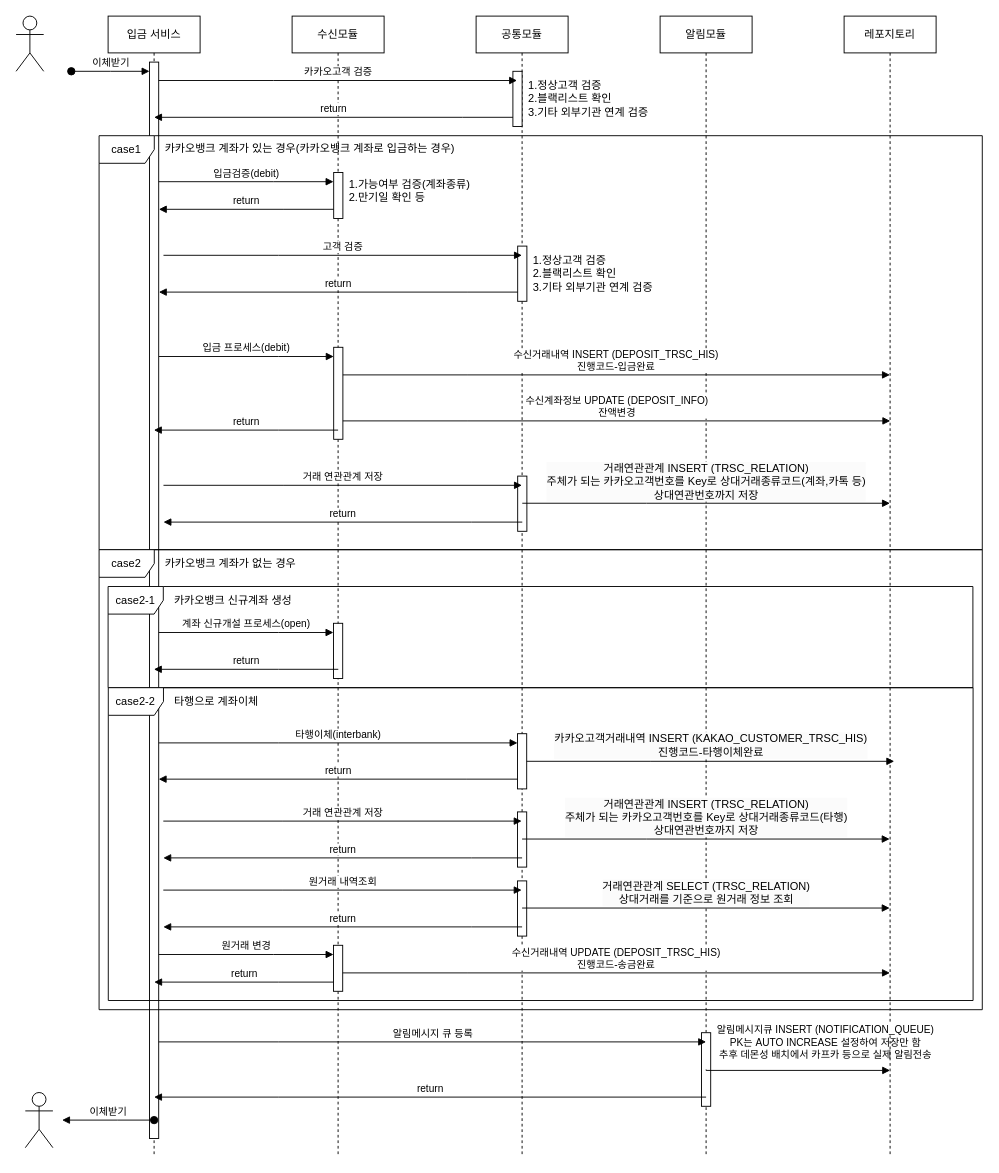
NohKeun/kakao keeps this draw.io diagram as src/main/resources/files/시퀀스다이어그램/입금서비스.drawio. Above is the earlier version. Source tidied: cells renumbered, new cells numbered last; positions are measured from the earlier drawing's top-left corner, leaving out a move shared by most shapes. Both pictures are drawn from the tidied source at 92%, with x=0, y=0 at pixel (16, 16).
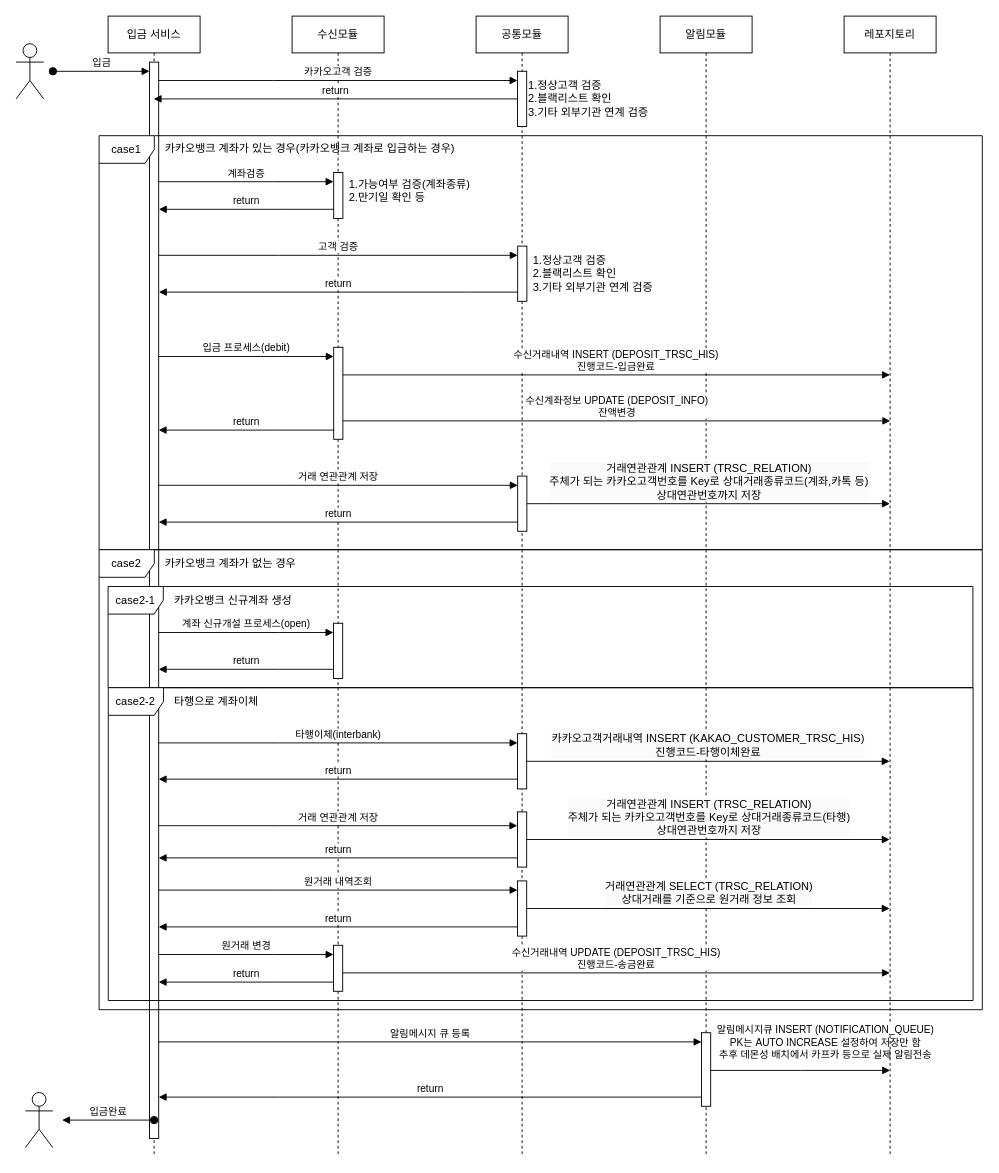
The same diagram, later.

Commit message:
입금서비스.drawio 업데이트

Unchanged cells that the change refers to:
```xml
<mxCell id="2" value="입금 서비스" style="shape=umlLifeline;perimeter=lifelinePerimeter;whiteSpace=wrap;html=1;outlineConnect=0;portConstraint=eastwest;newEdgeStyle={&quot;edgeStyle&quot;:&quot;elbowEdgeStyle&quot;,&quot;elbow&quot;:&quot;vertical&quot;,&quot;curved&quot;:0,&quot;rounded&quot;:0};" parent="1" vertex="1">
  <mxGeometry x="100" width="100" height="1240" as="geometry" />
</mxCell>
<mxCell id="3" style="html=1;points=[];perimeter=orthogonalPerimeter;outlineConnect=0;targetShapes=umlLifeline;portConstraint=eastwest;newEdgeStyle={&quot;edgeStyle&quot;:&quot;elbowEdgeStyle&quot;,&quot;elbow&quot;:&quot;vertical&quot;,&quot;curved&quot;:0,&quot;rounded&quot;:0};" parent="2" vertex="1">
  <mxGeometry x="45" y="50" width="10" height="1170" as="geometry" />
</mxCell>
<mxCell id="6" style="html=1;points=[];perimeter=orthogonalPerimeter;outlineConnect=0;targetShapes=umlLifeline;portConstraint=eastwest;newEdgeStyle={&quot;edgeStyle&quot;:&quot;elbowEdgeStyle&quot;,&quot;elbow&quot;:&quot;vertical&quot;,&quot;curved&quot;:0,&quot;rounded&quot;:0};" parent="4" vertex="1">
  <mxGeometry x="45.2" y="360" width="10" height="100" as="geometry" />
</mxCell>
<mxCell id="7" style="html=1;points=[];perimeter=orthogonalPerimeter;outlineConnect=0;targetShapes=umlLifeline;portConstraint=eastwest;newEdgeStyle={&quot;edgeStyle&quot;:&quot;elbowEdgeStyle&quot;,&quot;elbow&quot;:&quot;vertical&quot;,&quot;curved&quot;:0,&quot;rounded&quot;:0};" parent="4" vertex="1">
  <mxGeometry x="45" y="660" width="10" height="60" as="geometry" />
</mxCell>
<mxCell id="10" value="공통모듈" style="shape=umlLifeline;perimeter=lifelinePerimeter;whiteSpace=wrap;html=1;newEdgeStyle={&quot;edgeStyle&quot;:&quot;elbowEdgeStyle&quot;,&quot;elbow&quot;:&quot;vertical&quot;,&quot;curved&quot;:0,&quot;rounded&quot;:0};" parent="1" vertex="1">
  <mxGeometry x="500" width="100" height="1240" as="geometry" />
</mxCell>
<mxCell id="11" style="html=1;points=[];perimeter=orthogonalPerimeter;outlineConnect=0;targetShapes=umlLifeline;portConstraint=eastwest;newEdgeStyle={&quot;edgeStyle&quot;:&quot;elbowEdgeStyle&quot;,&quot;elbow&quot;:&quot;vertical&quot;,&quot;curved&quot;:0,&quot;rounded&quot;:0};" parent="10" vertex="1">
  <mxGeometry x="45.2" y="250" width="10" height="60" as="geometry" />
</mxCell>
<mxCell id="12" style="html=1;points=[];perimeter=orthogonalPerimeter;outlineConnect=0;targetShapes=umlLifeline;portConstraint=eastwest;newEdgeStyle={&quot;edgeStyle&quot;:&quot;elbowEdgeStyle&quot;,&quot;elbow&quot;:&quot;vertical&quot;,&quot;curved&quot;:0,&quot;rounded&quot;:0};" parent="10" vertex="1">
  <mxGeometry x="45.2" y="500" width="10" height="60" as="geometry" />
</mxCell>
<mxCell id="15" style="html=1;points=[];perimeter=orthogonalPerimeter;outlineConnect=0;targetShapes=umlLifeline;portConstraint=eastwest;newEdgeStyle={&quot;edgeStyle&quot;:&quot;elbowEdgeStyle&quot;,&quot;elbow&quot;:&quot;vertical&quot;,&quot;curved&quot;:0,&quot;rounded&quot;:0};" parent="14" vertex="1">
  <mxGeometry x="45" y="1105" width="10" height="80" as="geometry" />
</mxCell>
<mxCell id="16" value="레포지토리" style="shape=umlLifeline;perimeter=lifelinePerimeter;whiteSpace=wrap;html=1;outlineConnect=0;portConstraint=eastwest;newEdgeStyle={&quot;edgeStyle&quot;:&quot;elbowEdgeStyle&quot;,&quot;elbow&quot;:&quot;vertical&quot;,&quot;curved&quot;:0,&quot;rounded&quot;:0};" parent="1" vertex="1">
  <mxGeometry x="900" width="100" height="1240" as="geometry" />
</mxCell>
<mxCell id="50" style="html=1;points=[];perimeter=orthogonalPerimeter;outlineConnect=0;targetShapes=umlLifeline;portConstraint=eastwest;newEdgeStyle={&quot;edgeStyle&quot;:&quot;elbowEdgeStyle&quot;,&quot;elbow&quot;:&quot;vertical&quot;,&quot;curved&quot;:0,&quot;rounded&quot;:0};" parent="1" vertex="1">
  <mxGeometry x="545" y="865" width="10" height="60" as="geometry" />
</mxCell>
<mxCell id="56" style="html=1;points=[];perimeter=orthogonalPerimeter;outlineConnect=0;targetShapes=umlLifeline;portConstraint=eastwest;newEdgeStyle={&quot;edgeStyle&quot;:&quot;elbowEdgeStyle&quot;,&quot;elbow&quot;:&quot;vertical&quot;,&quot;curved&quot;:0,&quot;rounded&quot;:0};" parent="1" vertex="1">
  <mxGeometry x="545" y="940" width="10" height="60" as="geometry" />
</mxCell>
<mxCell id="60" style="html=1;points=[];perimeter=orthogonalPerimeter;outlineConnect=0;targetShapes=umlLifeline;portConstraint=eastwest;newEdgeStyle={&quot;edgeStyle&quot;:&quot;elbowEdgeStyle&quot;,&quot;elbow&quot;:&quot;vertical&quot;,&quot;curved&quot;:0,&quot;rounded&quot;:0};" parent="1" vertex="1">
  <mxGeometry x="345" y="1010" width="10" height="50" as="geometry" />
</mxCell>
```

What changed in the source:
```diff
@@
-    <mxCell id="8" value="입금검증(debit)" style="html=1;verticalAlign=bottom;endArrow=block;edgeStyle=elbowEdgeStyle;elbow=vertical;curved=0;rounded=0;" parent="1" edge="1">
+    <mxCell id="8" value="계좌검증" style="html=1;verticalAlign=bottom;endArrow=block;edgeStyle=elbowEdgeStyle;elbow=vertical;curved=0;rounded=0;" parent="1" edge="1">
       <mxGeometry relative="1" as="geometry">
         <mxPoint x="155" y="180" as="sourcePoint" />
         <mxPoint x="345" y="180" as="targetPoint" />
         <Array as="points">
           <mxPoint x="280" y="180" />
         </Array>
       </mxGeometry>
     </mxCell>
@@
+    <mxCell id="36" style="html=1;points=[];perimeter=orthogonalPerimeter;outlineConnect=0;targetShapes=umlLifeline;portConstraint=eastwest;newEdgeStyle={&quot;edgeStyle&quot;:&quot;elbowEdgeStyle&quot;,&quot;elbow&quot;:&quot;vertical&quot;,&quot;curved&quot;:0,&quot;rounded&quot;:0};" parent="10" vertex="1">
+      <mxGeometry x="45" y="60" width="10" height="60" as="geometry" />
+    </mxCell>
@@
     <mxCell id="17" style="shape=umlActor;verticalLabelPosition=bottom;verticalAlign=top;html=1;" parent="1" vertex="1">
-      <mxGeometry width="30" height="60" as="geometry" />
+      <mxGeometry y="30" width="30" height="60" as="geometry" />
     </mxCell>
@@
-    <mxCell id="19" value="고객 검증" style="html=1;verticalAlign=bottom;endArrow=block;edgeStyle=elbowEdgeStyle;elbow=vertical;curved=0;rounded=0;" parent="1" edge="1">
+    <mxCell id="19" value="고객 검증" style="html=1;verticalAlign=bottom;endArrow=block;edgeStyle=elbowEdgeStyle;elbow=vertical;curved=0;rounded=0;" parent="1" edge="1" source="3" target="11">
       <mxGeometry relative="1" as="geometry">
-        <mxPoint x="160.2" y="260" as="sourcePoint" />
-        <mxPoint x="549.8" y="260" as="targetPoint" />
         <Array as="points">
           <mxPoint x="285.2" y="260" />
         </Array>
       </mxGeometry>
     </mxCell>
@@
-    <mxCell id="23" value="return" style="html=1;verticalAlign=bottom;endArrow=block;edgeStyle=elbowEdgeStyle;elbow=vertical;curved=0;rounded=0;" parent="1" edge="1">
+    <mxCell id="23" value="return" style="html=1;verticalAlign=bottom;endArrow=block;edgeStyle=elbowEdgeStyle;elbow=vertical;curved=0;rounded=0;" parent="1" edge="1" source="6" target="3">
       <mxGeometry relative="1" as="geometry">
-        <mxPoint x="350" y="450" as="sourcePoint" />
-        <mxPoint x="149.8" y="450" as="targetPoint" />
         <Array as="points">
           <mxPoint x="285.2" y="450" />
         </Array>
       </mxGeometry>
     </mxCell>
@@
-    <mxCell id="26" value="거래 연관관계 저장" style="html=1;verticalAlign=bottom;endArrow=block;edgeStyle=elbowEdgeStyle;elbow=vertical;curved=0;rounded=0;" parent="1" edge="1">
+    <mxCell id="26" value="거래 연관관계 저장" style="html=1;verticalAlign=bottom;endArrow=block;edgeStyle=elbowEdgeStyle;elbow=vertical;curved=0;rounded=0;" parent="1" edge="1" source="3" target="12">
       <mxGeometry relative="1" as="geometry">
-        <mxPoint x="160.2" y="510" as="sourcePoint" />
-        <mxPoint x="549.8" y="510" as="targetPoint" />
         <Array as="points">
-          <mxPoint x="290.2" y="510" />
+          <mxPoint x="300" y="510" />
         </Array>
       </mxGeometry>
     </mxCell>
@@
-    <mxCell id="28" value="return" style="html=1;verticalAlign=bottom;endArrow=block;edgeStyle=elbowEdgeStyle;elbow=vertical;curved=0;rounded=0;" parent="1" edge="1">
+    <mxCell id="28" value="return" style="html=1;verticalAlign=bottom;endArrow=block;edgeStyle=elbowEdgeStyle;elbow=vertical;curved=0;rounded=0;" parent="1" edge="1" source="12" target="3">
       <mxGeometry relative="1" as="geometry">
-        <mxPoint x="550.2" y="550" as="sourcePoint" />
-        <mxPoint x="160.2" y="550" as="targetPoint" />
         <Array as="points">
-          <mxPoint x="495.2" y="550" />
+          <mxPoint x="545" y="550" />
         </Array>
       </mxGeometry>
     </mxCell>
-    <mxCell id="29" value="알림메시지 큐 등록" style="html=1;verticalAlign=bottom;endArrow=block;edgeStyle=elbowEdgeStyle;elbow=vertical;curved=0;rounded=0;" parent="1" edge="1">
+    <mxCell id="29" value="알림메시지 큐 등록" style="html=1;verticalAlign=bottom;endArrow=block;edgeStyle=elbowEdgeStyle;elbow=vertical;curved=0;rounded=0;" parent="1" edge="1" target="15">
       <mxGeometry relative="1" as="geometry">
         <mxPoint x="155" y="1115" as="sourcePoint" />
-        <mxPoint x="750" y="1115" as="targetPoint" />
         <Array as="points">
           <mxPoint x="285" y="1115" />
         </Array>
       </mxGeometry>
     </mxCell>
-    <mxCell id="30" value="return" style="html=1;verticalAlign=bottom;endArrow=block;edgeStyle=elbowEdgeStyle;elbow=vertical;curved=0;rounded=0;" parent="1" edge="1">
+    <mxCell id="30" value="return" style="html=1;verticalAlign=bottom;endArrow=block;edgeStyle=elbowEdgeStyle;elbow=vertical;curved=0;rounded=0;" parent="1" edge="1" source="15" target="3">
       <mxGeometry relative="1" as="geometry">
-        <mxPoint x="750" y="1175" as="sourcePoint" />
-        <mxPoint x="150" y="1175" as="targetPoint" />
         <Array as="points">
           <mxPoint x="285.5" y="1175" />
         </Array>
       </mxGeometry>
     </mxCell>
-    <mxCell id="31" value="&lt;div style=&quot;font-size: 12px; background-color: rgb(251, 251, 251);&quot;&gt;거래연관관계 INSERT (TRSC_RELATION)&lt;/div&gt;&lt;div style=&quot;font-size: 12px; background-color: rgb(251, 251, 251);&quot;&gt;&lt;span style=&quot;background-color: initial;&quot;&gt;주체가 되는 카카오고객번호를 Key로&amp;nbsp;&lt;/span&gt;&lt;span style=&quot;background-color: initial;&quot;&gt;상대거래종류코드(계좌,카톡 등)&lt;/span&gt;&lt;/div&gt;&lt;div style=&quot;font-size: 12px; background-color: rgb(251, 251, 251);&quot;&gt;&lt;span style=&quot;background-color: initial;&quot;&gt;상대연관번호까지 저장&lt;/span&gt;&lt;/div&gt;" style="html=1;verticalAlign=bottom;endArrow=block;edgeStyle=elbowEdgeStyle;elbow=vertical;curved=0;rounded=0;align=center;" parent="1" edge="1">
+    <mxCell id="31" value="&lt;div style=&quot;font-size: 12px; background-color: rgb(251, 251, 251);&quot;&gt;거래연관관계 INSERT (TRSC_RELATION)&lt;/div&gt;&lt;div style=&quot;font-size: 12px; background-color: rgb(251, 251, 251);&quot;&gt;&lt;span style=&quot;background-color: initial;&quot;&gt;주체가 되는 카카오고객번호를 Key로&amp;nbsp;&lt;/span&gt;&lt;span style=&quot;background-color: initial;&quot;&gt;상대거래종류코드(계좌,카톡 등)&lt;/span&gt;&lt;/div&gt;&lt;div style=&quot;font-size: 12px; background-color: rgb(251, 251, 251);&quot;&gt;&lt;span style=&quot;background-color: initial;&quot;&gt;상대연관번호까지 저장&lt;/span&gt;&lt;/div&gt;" style="html=1;verticalAlign=bottom;endArrow=block;edgeStyle=elbowEdgeStyle;elbow=vertical;curved=0;rounded=0;align=center;" parent="1" edge="1" source="12">
       <mxGeometry relative="1" as="geometry">
-        <mxPoint x="550.2" y="529.5" as="sourcePoint" />
         <mxPoint x="949.8" y="529.5" as="targetPoint" />
         <Array as="points">
-          <mxPoint x="685.2" y="529.5" />
+          <mxPoint x="600" y="530" />
         </Array>
       </mxGeometry>
     </mxCell>
-    <mxCell id="32" style="html=1;verticalAlign=bottom;endArrow=block;edgeStyle=elbowEdgeStyle;elbow=vertical;curved=0;rounded=0;align=center;" parent="1" edge="1">
+    <mxCell id="32" style="html=1;verticalAlign=bottom;endArrow=block;edgeStyle=elbowEdgeStyle;elbow=vertical;curved=0;rounded=0;align=center;" parent="1" edge="1" source="15">
       <mxGeometry relative="1" as="geometry">
-        <mxPoint x="750" y="1145" as="sourcePoint" />
         <mxPoint x="950" y="1146" as="targetPoint" />
       </mxGeometry>
     </mxCell>
@@
-    <mxCell id="34" value="이체받기" style="html=1;verticalAlign=bottom;startArrow=oval;endArrow=block;startSize=8;edgeStyle=elbowEdgeStyle;elbow=vertical;curved=0;rounded=0;" parent="1" edge="1">
-      <mxGeometry relative="1" as="geometry">
-        <mxPoint x="60" y="60" as="sourcePoint" />
+    <mxCell id="34" value="입금" style="html=1;verticalAlign=bottom;startArrow=oval;endArrow=block;startSize=8;edgeStyle=elbowEdgeStyle;elbow=vertical;curved=0;rounded=0;" parent="1" edge="1">
+      <mxGeometry x="0.01" relative="1" as="geometry">
+        <mxPoint x="40" y="60" as="sourcePoint" />
         <mxPoint x="145" y="60" as="targetPoint" />
       </mxGeometry>
     </mxCell>
@@
-    <mxCell id="36" style="html=1;points=[];perimeter=orthogonalPerimeter;outlineConnect=0;targetShapes=umlLifeline;portConstraint=eastwest;newEdgeStyle={&quot;edgeStyle&quot;:&quot;elbowEdgeStyle&quot;,&quot;elbow&quot;:&quot;vertical&quot;,&quot;curved&quot;:0,&quot;rounded&quot;:0};" parent="1" vertex="1">
-      <mxGeometry x="540" y="60" width="10" height="60" as="geometry" />
-    </mxCell>
-    <mxCell id="37" value="카카오고객 검증" style="html=1;verticalAlign=bottom;endArrow=block;edgeStyle=elbowEdgeStyle;elbow=vertical;curved=0;rounded=0;" parent="1" edge="1">
+    <mxCell id="37" value="카카오고객 검증" style="html=1;verticalAlign=bottom;endArrow=block;edgeStyle=elbowEdgeStyle;elbow=vertical;curved=0;rounded=0;" parent="1" edge="1" target="36">
       <mxGeometry relative="1" as="geometry">
         <mxPoint x="155" y="70" as="sourcePoint" />
-        <mxPoint x="544.5" y="70" as="targetPoint" />
         <Array as="points">
           <mxPoint x="280" y="70" />
         </Array>
       </mxGeometry>
     </mxCell>
-    <mxCell id="38" value="return" style="html=1;verticalAlign=bottom;endArrow=block;edgeStyle=elbowEdgeStyle;elbow=vertical;curved=0;rounded=0;" parent="1" edge="1">
-      <mxGeometry relative="1" as="geometry">
-        <mxPoint x="540" y="110" as="sourcePoint" />
-        <mxPoint x="150" y="110" as="targetPoint" />
-        <Array as="points">
-          <mxPoint x="485" y="110" />
-        </Array>
-      </mxGeometry>
+    <mxCell id="38" value="return" style="html=1;verticalAlign=bottom;endArrow=block;edgeStyle=elbowEdgeStyle;elbow=vertical;curved=0;rounded=0;" parent="1" edge="1" source="36" target="2">
+      <mxGeometry relative="1" as="geometry" />
     </mxCell>
@@
-    <mxCell id="48" value="return" style="html=1;verticalAlign=bottom;endArrow=block;edgeStyle=elbowEdgeStyle;elbow=vertical;curved=0;rounded=0;" parent="1" edge="1">
+    <mxCell id="48" value="return" style="html=1;verticalAlign=bottom;endArrow=block;edgeStyle=elbowEdgeStyle;elbow=vertical;curved=0;rounded=0;" parent="1" edge="1" source="7" target="3">
       <mxGeometry relative="1" as="geometry">
-        <mxPoint x="350.2" y="710" as="sourcePoint" />
-        <mxPoint x="149.8" y="710" as="targetPoint" />
         <Array as="points">
           <mxPoint x="285.2" y="710" />
         </Array>
       </mxGeometry>
     </mxCell>
@@
     <mxCell id="51" value="거래 연관관계 저장" style="html=1;verticalAlign=bottom;endArrow=block;edgeStyle=elbowEdgeStyle;elbow=vertical;curved=0;rounded=0;" parent="1" edge="1">
       <mxGeometry relative="1" as="geometry">
-        <mxPoint x="160" y="875" as="sourcePoint" />
-        <mxPoint x="549.5" y="875" as="targetPoint" />
+        <mxPoint x="155.2" y="880" as="sourcePoint" />
+        <mxPoint x="544.8" y="880" as="targetPoint" />
         <Array as="points">
-          <mxPoint x="290" y="875" />
+          <mxPoint x="285.2" y="880" />
         </Array>
       </mxGeometry>
     </mxCell>
     <mxCell id="52" value="return" style="html=1;verticalAlign=bottom;endArrow=block;edgeStyle=elbowEdgeStyle;elbow=vertical;curved=0;rounded=0;" parent="1" edge="1">
       <mxGeometry relative="1" as="geometry">
-        <mxPoint x="550" y="915" as="sourcePoint" />
-        <mxPoint x="160" y="915" as="targetPoint" />
+        <mxPoint x="545" y="915" as="sourcePoint" />
+        <mxPoint x="155" y="915" as="targetPoint" />
         <Array as="points">
-          <mxPoint x="495" y="915" />
+          <mxPoint x="490" y="915" />
         </Array>
       </mxGeometry>
     </mxCell>
-    <mxCell id="53" value="&lt;div style=&quot;font-size: 12px; background-color: rgb(251, 251, 251);&quot;&gt;거래연관관계 INSERT (TRSC_RELATION)&lt;/div&gt;&lt;div style=&quot;font-size: 12px; background-color: rgb(251, 251, 251);&quot;&gt;&lt;span style=&quot;background-color: initial;&quot;&gt;주체가 되는 카카오고객번호를 Key로&amp;nbsp;&lt;/span&gt;&lt;span style=&quot;background-color: initial;&quot;&gt;상대거래종류코드(타행)&lt;/span&gt;&lt;/div&gt;&lt;div style=&quot;font-size: 12px; background-color: rgb(251, 251, 251);&quot;&gt;&lt;span style=&quot;background-color: initial;&quot;&gt;상대연관번호까지 저장&lt;/span&gt;&lt;/div&gt;" style="html=1;verticalAlign=bottom;endArrow=block;edgeStyle=elbowEdgeStyle;elbow=vertical;curved=0;rounded=0;align=center;" parent="1" edge="1">
+    <mxCell id="53" value="&lt;div style=&quot;font-size: 12px; background-color: rgb(251, 251, 251);&quot;&gt;거래연관관계 INSERT (TRSC_RELATION)&lt;/div&gt;&lt;div style=&quot;font-size: 12px; background-color: rgb(251, 251, 251);&quot;&gt;&lt;span style=&quot;background-color: initial;&quot;&gt;주체가 되는 카카오고객번호를 Key로&amp;nbsp;&lt;/span&gt;&lt;span style=&quot;background-color: initial;&quot;&gt;상대거래종류코드(타행)&lt;/span&gt;&lt;/div&gt;&lt;div style=&quot;font-size: 12px; background-color: rgb(251, 251, 251);&quot;&gt;&lt;span style=&quot;background-color: initial;&quot;&gt;상대연관번호까지 저장&lt;/span&gt;&lt;/div&gt;" style="html=1;verticalAlign=bottom;endArrow=block;edgeStyle=elbowEdgeStyle;elbow=vertical;curved=0;rounded=0;align=center;" parent="1" edge="1" source="50">
       <mxGeometry relative="1" as="geometry">
-        <mxPoint x="550" y="894.5" as="sourcePoint" />
         <mxPoint x="949.5" y="894.5" as="targetPoint" />
         <Array as="points">
-          <mxPoint x="685" y="894.5" />
+          <mxPoint x="560" y="895" />
         </Array>
       </mxGeometry>
     </mxCell>
@@
-    <mxCell id="55" value="&lt;div style=&quot;font-size: 12px; background-color: rgb(251, 251, 251);&quot;&gt;카카오고객거래내역 INSERT (KAKAO_CUSTOMER_TRSC_HIS)&lt;/div&gt;&lt;div style=&quot;font-size: 12px; background-color: rgb(251, 251, 251);&quot;&gt;진행코드-타행이체완료&lt;/div&gt;" style="html=1;verticalAlign=bottom;endArrow=block;edgeStyle=elbowEdgeStyle;elbow=vertical;curved=0;rounded=0;align=center;" parent="1" edge="1">
+    <mxCell id="55" value="&lt;div style=&quot;font-size: 12px; background-color: rgb(251, 251, 251);&quot;&gt;카카오고객거래내역 INSERT (KAKAO_CUSTOMER_TRSC_HIS)&lt;/div&gt;&lt;div style=&quot;font-size: 12px; background-color: rgb(251, 251, 251);&quot;&gt;진행코드-타행이체완료&lt;/div&gt;" style="html=1;verticalAlign=bottom;endArrow=block;edgeStyle=elbowEdgeStyle;elbow=vertical;curved=0;rounded=0;align=center;" parent="1" edge="1" target="16">
       <mxGeometry relative="1" as="geometry">
         <mxPoint x="555" y="810" as="sourcePoint" />
-        <mxPoint x="954.5" y="810" as="targetPoint" />
         <Array as="points">
           <mxPoint x="690" y="810" />
         </Array>
       </mxGeometry>
     </mxCell>
@@
     <mxCell id="57" value="원거래 내역조회" style="html=1;verticalAlign=bottom;endArrow=block;edgeStyle=elbowEdgeStyle;elbow=vertical;curved=0;rounded=0;" parent="1" edge="1">
       <mxGeometry relative="1" as="geometry">
-        <mxPoint x="160" y="950" as="sourcePoint" />
-        <mxPoint x="549.5" y="950" as="targetPoint" />
+        <mxPoint x="155" y="950" as="sourcePoint" />
+        <mxPoint x="545" y="950" as="targetPoint" />
         <Array as="points">
-          <mxPoint x="290" y="950" />
+          <mxPoint x="280" y="950" />
         </Array>
       </mxGeometry>
     </mxCell>
-    <mxCell id="58" value="return" style="html=1;verticalAlign=bottom;endArrow=block;edgeStyle=elbowEdgeStyle;elbow=vertical;curved=0;rounded=0;" parent="1" edge="1">
+    <mxCell id="58" value="return" style="html=1;verticalAlign=bottom;endArrow=block;edgeStyle=elbowEdgeStyle;elbow=vertical;curved=0;rounded=0;" parent="1" edge="1" source="56" target="3">
       <mxGeometry relative="1" as="geometry">
-        <mxPoint x="550" y="990" as="sourcePoint" />
-        <mxPoint x="160" y="990" as="targetPoint" />
         <Array as="points">
-          <mxPoint x="495" y="990" />
+          <mxPoint x="260" y="990" />
         </Array>
       </mxGeometry>
     </mxCell>
-    <mxCell id="59" value="&lt;div style=&quot;font-size: 12px; background-color: rgb(251, 251, 251);&quot;&gt;거래연관관계 SELECT (TRSC_RELATION)&lt;/div&gt;&lt;div style=&quot;font-size: 12px; background-color: rgb(251, 251, 251);&quot;&gt;상대거래를 기준으로 원거래 정보 조회&lt;/div&gt;" style="html=1;verticalAlign=bottom;endArrow=block;edgeStyle=elbowEdgeStyle;elbow=vertical;curved=0;rounded=0;align=center;" parent="1" edge="1">
+    <mxCell id="59" value="&lt;div style=&quot;font-size: 12px; background-color: rgb(251, 251, 251);&quot;&gt;거래연관관계 SELECT (TRSC_RELATION)&lt;/div&gt;&lt;div style=&quot;font-size: 12px; background-color: rgb(251, 251, 251);&quot;&gt;상대거래를 기준으로 원거래 정보 조회&lt;/div&gt;" style="html=1;verticalAlign=bottom;endArrow=block;edgeStyle=elbowEdgeStyle;elbow=vertical;curved=0;rounded=0;align=center;" parent="1" edge="1" source="56">
       <mxGeometry relative="1" as="geometry">
-        <mxPoint x="550" y="969.5" as="sourcePoint" />
         <mxPoint x="949.5" y="969.5" as="targetPoint" />
-        <Array as="points">
-          <mxPoint x="685" y="969.5" />
-        </Array>
       </mxGeometry>
     </mxCell>
@@
-    <mxCell id="62" value="return" style="html=1;verticalAlign=bottom;endArrow=block;edgeStyle=elbowEdgeStyle;elbow=vertical;curved=0;rounded=0;" parent="1" edge="1" source="60">
+    <mxCell id="62" value="return" style="html=1;verticalAlign=bottom;endArrow=block;edgeStyle=elbowEdgeStyle;elbow=vertical;curved=0;rounded=0;" parent="1" edge="1" source="60" target="3">
       <mxGeometry relative="1" as="geometry">
-        <mxPoint x="150.1" y="1050" as="targetPoint" />
         <Array as="points">
           <mxPoint x="285.1" y="1050" />
         </Array>
       </mxGeometry>
     </mxCell>
@@
-    <mxCell id="64" value="이체받기" style="html=1;verticalAlign=bottom;startArrow=oval;endArrow=block;startSize=8;edgeStyle=elbowEdgeStyle;elbow=vertical;curved=0;rounded=0;" parent="1" edge="1">
+    <mxCell id="64" value="입금완료" style="html=1;verticalAlign=bottom;startArrow=oval;endArrow=block;startSize=8;edgeStyle=elbowEdgeStyle;elbow=vertical;curved=0;rounded=0;" parent="1" edge="1">
       <mxGeometry relative="1" as="geometry">
         <mxPoint x="150" y="1200" as="sourcePoint" />
         <mxPoint x="50" y="1200" as="targetPoint" />
         <Array as="points">
           <mxPoint x="110" y="1200" />
         </Array>
       </mxGeometry>
     </mxCell>
```
